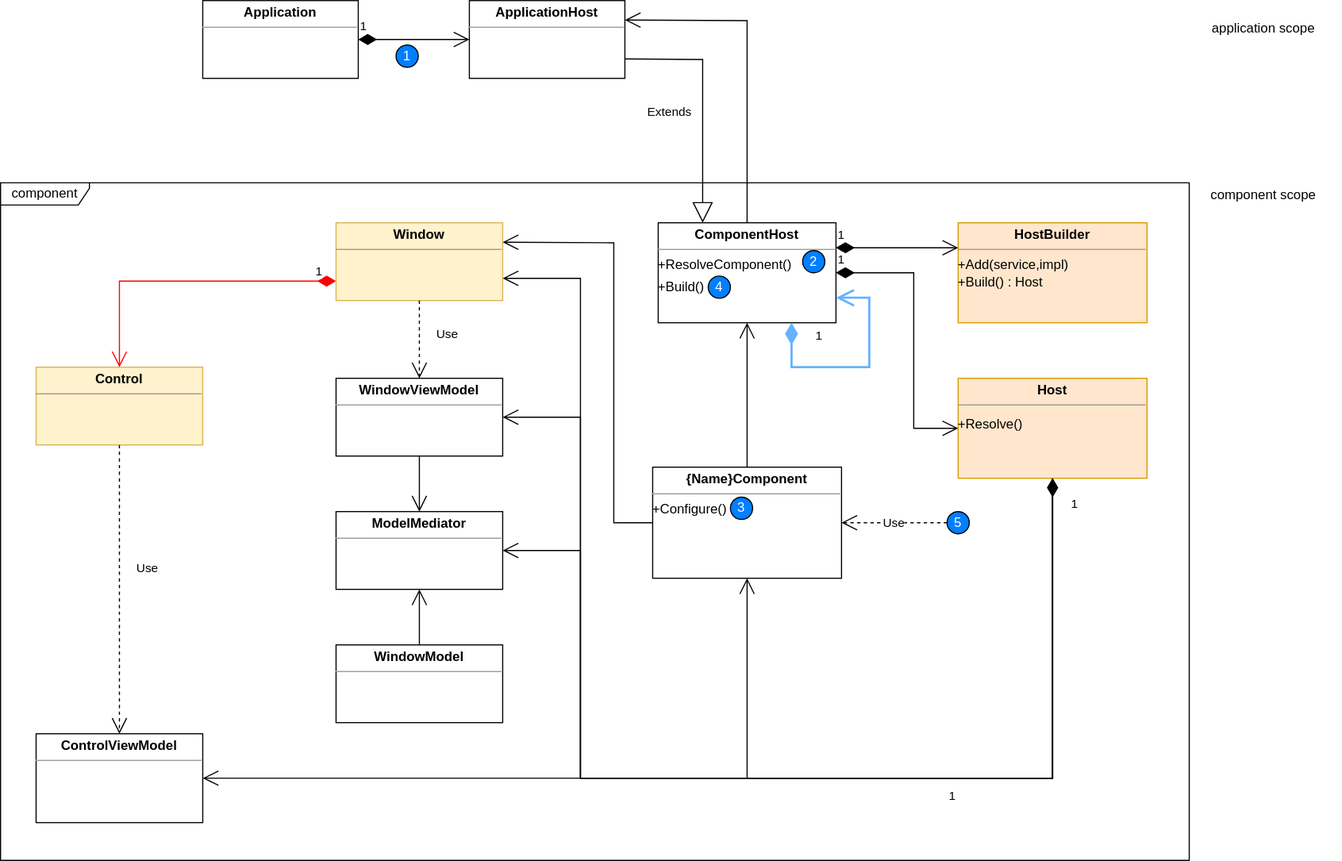
franck-gaspoz/WPFUtilities keeps this draw.io diagram as WPFUtilities/Doc/dependency-injection.svg. Above is the earlier version. Source tidied: cells renumbered, new cells last; positions are measured from the earlier drawing's top-left corner, leaving out a move shared by most shapes.
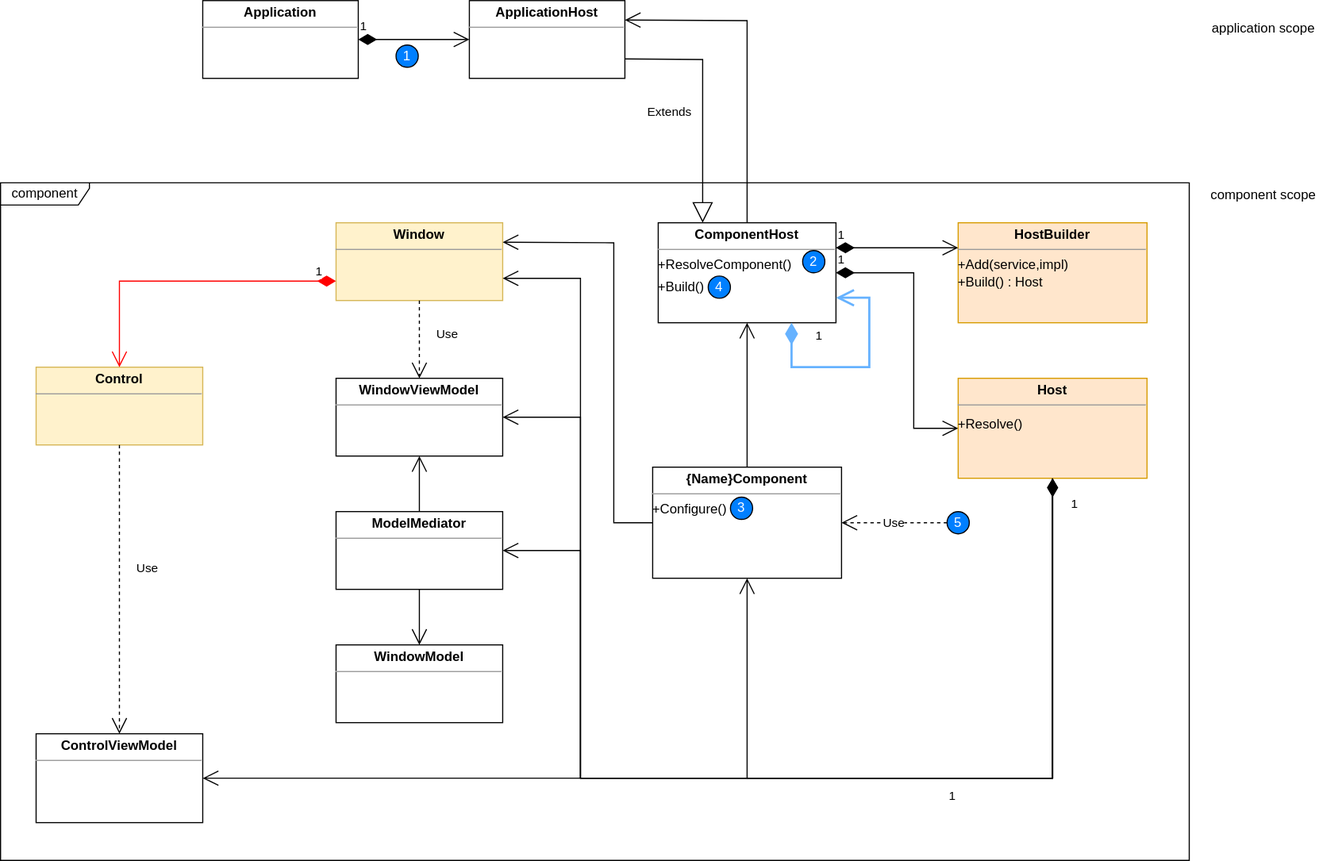
The same file after the commit.

Diff of the diagram source:
```diff
@@ -129,13 +129,13 @@
     <mxCell id="29" value="&lt;p style=&quot;margin: 0px ; margin-top: 4px ; text-align: center&quot;&gt;&lt;b&gt;WindowModel&lt;/b&gt;&lt;/p&gt;&lt;hr size=&quot;1&quot;&gt;&lt;div style=&quot;height: 2px&quot;&gt;&lt;/div&gt;" style="verticalAlign=top;align=left;overflow=fill;fontSize=12;fontFamily=Helvetica;html=1;" parent="1" vertex="1">
       <mxGeometry x="302" y="580" width="150" height="70" as="geometry" />
     </mxCell>
-    <mxCell id="30" style="endArrow=open;endFill=1;endSize=12;html=1;rounded=0;strokeColor=#000000;strokeWidth=1;exitX=0.5;exitY=1;exitDx=0;exitDy=0;entryX=0.5;entryY=0;entryDx=0;entryDy=0;" parent="1" edge="1" source="16" target="31">
+    <mxCell id="30" style="endArrow=open;endFill=1;endSize=12;html=1;rounded=0;strokeColor=#000000;strokeWidth=1;exitX=0.5;exitY=0;exitDx=0;exitDy=0;entryX=0.5;entryY=1;entryDx=0;entryDy=0;" parent="1" edge="1" source="31" target="16">
       <mxGeometry relative="1" as="geometry" />
     </mxCell>
     <mxCell id="31" value="&lt;p style=&quot;margin: 0px ; margin-top: 4px ; text-align: center&quot;&gt;&lt;b&gt;ModelMediator&lt;/b&gt;&lt;/p&gt;&lt;hr size=&quot;1&quot;&gt;&lt;div style=&quot;height: 2px&quot;&gt;&lt;/div&gt;" style="verticalAlign=top;align=left;overflow=fill;fontSize=12;fontFamily=Helvetica;html=1;" parent="1" vertex="1">
       <mxGeometry x="302" y="460" width="150" height="70" as="geometry" />
     </mxCell>
-    <mxCell id="32" style="endArrow=open;endFill=1;endSize=12;html=1;rounded=0;strokeColor=#000000;strokeWidth=1;exitX=0.5;exitY=0;exitDx=0;exitDy=0;entryX=0.5;entryY=1;entryDx=0;entryDy=0;" parent="1" edge="1" source="29" target="31">
+    <mxCell id="32" style="endArrow=open;endFill=1;endSize=12;html=1;rounded=0;strokeColor=#000000;strokeWidth=1;exitX=0.5;exitY=1;exitDx=0;exitDy=0;entryX=0.5;entryY=0;entryDx=0;entryDy=0;" parent="1" edge="1" source="31" target="29">
       <mxGeometry relative="1" as="geometry" />
     </mxCell>
     <mxCell id="33" style="endArrow=open;endFill=1;endSize=12;html=1;rounded=0;strokeColor=#000000;entryX=1;entryY=0.5;entryDx=0;entryDy=0;exitX=0.5;exitY=1;exitDx=0;exitDy=0;" parent="1" edge="1" source="24" target="31">
```
